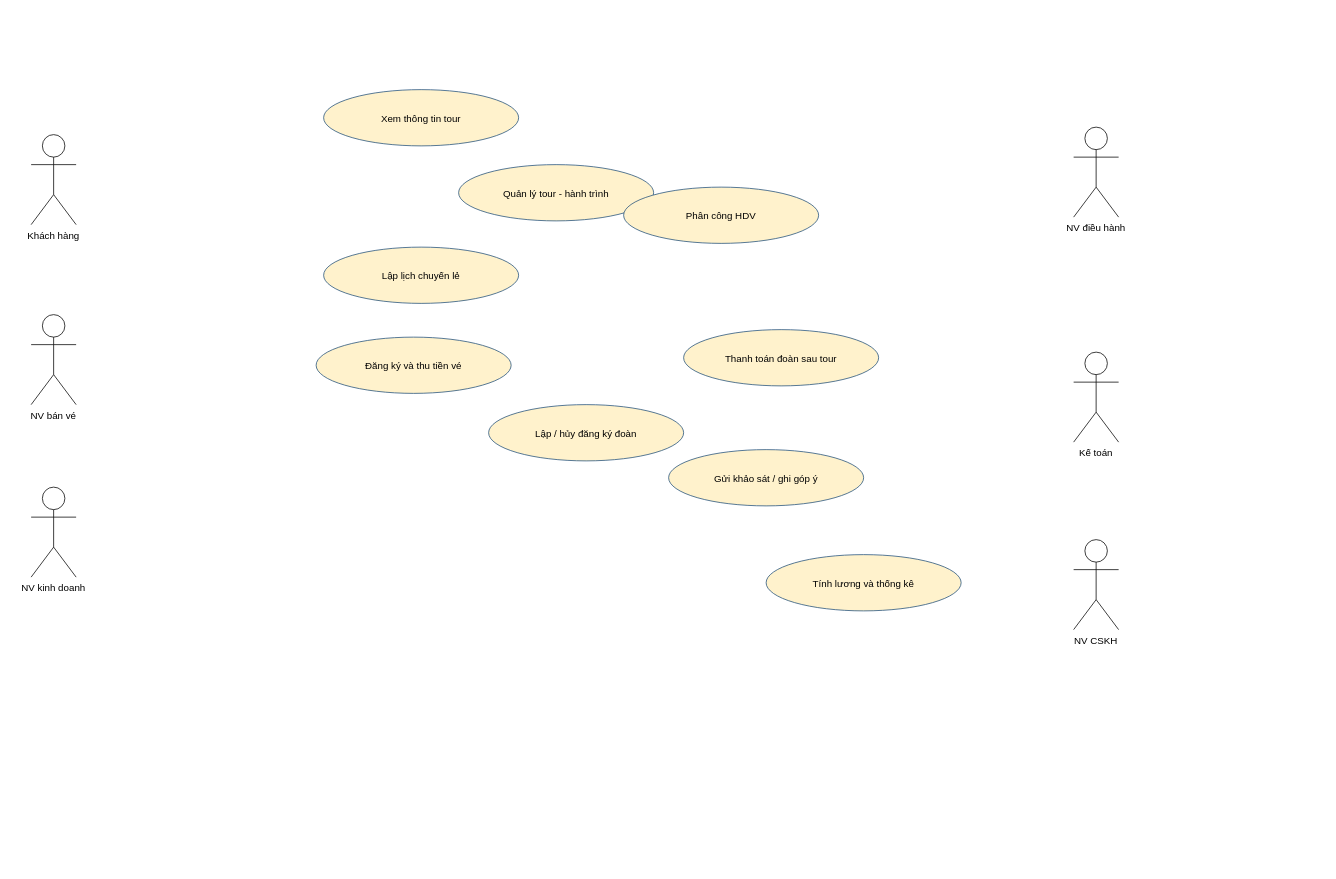
Above: page "U2 - Use Case General" (2 of 7) of LAB_AT_OOSD/LAB05/thietke/PhamMinhGiang-12DHCNPM1-ThietKe_Lab05.drawio in 1250080044-PhamMinhGiang-12DHCNPM1/OOP-Lab (draw.io), before the change. Source tidied: cells renumbered, new cells numbered last; positions are measured from the earlier drawing's top-left corner, leaving out a move shared by most shapes. Both pictures are drawn from the tidied source at 75%, with x=0, y=0 at pixel (31, 89).
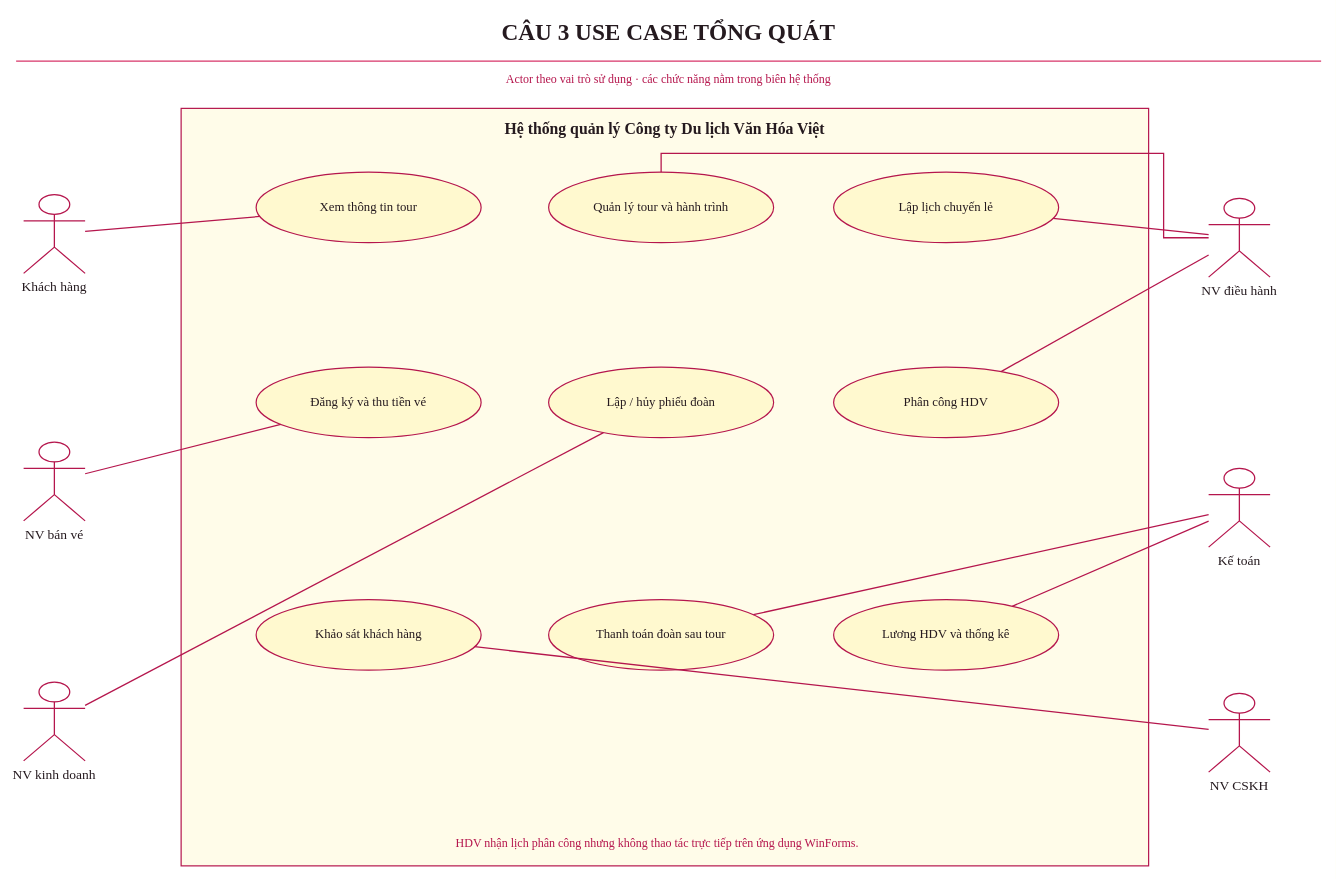
Above is the later version.

Change to the diagram source:
```diff
@@
+    <mxCell id="17" value="CÂU 3  USE CASE TỔNG QUÁT" style="text;html=1;whiteSpace=wrap;strokeColor=none;fillColor=none;fontFamily=Times New Roman;fontSize=31;fontColor=#251A1F;fontStyle=1;align=center;verticalAlign=middle;" parent="1" vertex="1">
+      <mxGeometry x="-20" y="-102" width="1740" height="49" as="geometry" />
+    </mxCell>
+    <mxCell id="18" style="edgeStyle=none;html=1;strokeColor=#D73568;strokeWidth=1.6;endArrow=none;endFill=1;fontFamily=Times New Roman;fontSize=15;fontColor=#251A1F;labelBackgroundColor=#FFFFFF;" parent="1" edge="1">
+      <mxGeometry relative="1" as="geometry">
+        <mxPoint x="-20" y="-38" as="sourcePoint" />
+        <mxPoint x="1720" y="-38" as="targetPoint" />
+      </mxGeometry>
+    </mxCell>
+    <mxCell id="19" value="Actor theo vai trò sử dụng · các chức năng nằm trong biên hệ thống" style="text;html=1;whiteSpace=wrap;strokeColor=none;fillColor=none;fontFamily=Times New Roman;fontSize=16;fontColor=#B5164D;fontStyle=0;align=center;verticalAlign=middle;" parent="1" vertex="1">
+      <mxGeometry x="-20" y="-32" width="1740" height="35" as="geometry" />
+    </mxCell>
+    <mxCell id="20" style="rounded=0;arcSize=12;whiteSpace=wrap;html=1;fillColor=#FFFCE9;strokeColor=#B5164D;strokeWidth=1.6;fontFamily=Times New Roman;fontSize=18;fontColor=#251A1F;fontStyle=0;align=center;verticalAlign=middle;spacing=10;" parent="1" vertex="1">
+      <mxGeometry x="200" y="25" width="1290" height="1010" as="geometry" />
+    </mxCell>
+    <mxCell id="21" value="Hệ thống quản lý Công ty Du lịch Văn Hóa Việt" style="text;html=1;whiteSpace=wrap;strokeColor=none;fillColor=none;fontFamily=Times New Roman;fontSize=21;fontColor=#251A1F;fontStyle=1;align=center;verticalAlign=middle;" parent="1" vertex="1">
+      <mxGeometry x="360" y="31" width="970" height="42" as="geometry" />
+    </mxCell>
-    <mxCell id="2" value="Khách hàng" style="shape=umlActor;verticalLabelPosition=bottom;verticalAlign=top;fontSize=13;" parent="1" vertex="1">
-      <mxGeometry y="60" width="60" height="120" as="geometry" />
+    <mxCell id="2" value="Khách hàng" style="shape=umlActor;verticalLabelPosition=bottom;verticalAlign=top;fillColor=none;strokeColor=#B5164D;strokeWidth=1.7;fontFamily=Times New Roman;fontSize=18;fontColor=#251A1F;" parent="1" vertex="1">
+      <mxGeometry x="-10" y="140" width="82" height="105" as="geometry" />
     </mxCell>
-    <mxCell id="3" value="NV bán vé" style="shape=umlActor;verticalLabelPosition=bottom;verticalAlign=top;fontSize=13;" parent="1" vertex="1">
-      <mxGeometry y="300" width="60" height="120" as="geometry" />
+    <mxCell id="3" value="NV bán vé" style="shape=umlActor;verticalLabelPosition=bottom;verticalAlign=top;fillColor=none;strokeColor=#B5164D;strokeWidth=1.7;fontFamily=Times New Roman;fontSize=18;fontColor=#251A1F;" parent="1" vertex="1">
+      <mxGeometry x="-10" y="470" width="82" height="105" as="geometry" />
     </mxCell>
-    <mxCell id="4" value="NV kinh doanh" style="shape=umlActor;verticalLabelPosition=bottom;verticalAlign=top;fontSize=13;" parent="1" vertex="1">
-      <mxGeometry y="530" width="60" height="120" as="geometry" />
+    <mxCell id="4" value="NV kinh doanh" style="shape=umlActor;verticalLabelPosition=bottom;verticalAlign=top;fillColor=none;strokeColor=#B5164D;strokeWidth=1.7;fontFamily=Times New Roman;fontSize=18;fontColor=#251A1F;" parent="1" vertex="1">
+      <mxGeometry x="-10" y="790" width="82" height="105" as="geometry" />
     </mxCell>
-    <mxCell id="5" value="NV điều hành" style="shape=umlActor;verticalLabelPosition=bottom;verticalAlign=top;fontSize=13;" parent="1" vertex="1">
-      <mxGeometry x="1390" y="50" width="60" height="120" as="geometry" />
+    <mxCell id="5" value="NV điều hành" style="shape=umlActor;verticalLabelPosition=bottom;verticalAlign=top;fillColor=none;strokeColor=#B5164D;strokeWidth=1.7;fontFamily=Times New Roman;fontSize=18;fontColor=#251A1F;" parent="1" vertex="1">
+      <mxGeometry x="1570" y="145" width="82" height="105" as="geometry" />
     </mxCell>
-    <mxCell id="6" value="Kế toán" style="shape=umlActor;verticalLabelPosition=bottom;verticalAlign=top;fontSize=13;" parent="1" vertex="1">
-      <mxGeometry x="1390" y="350" width="60" height="120" as="geometry" />
+    <mxCell id="6" value="Kế toán" style="shape=umlActor;verticalLabelPosition=bottom;verticalAlign=top;fillColor=none;strokeColor=#B5164D;strokeWidth=1.7;fontFamily=Times New Roman;fontSize=18;fontColor=#251A1F;" parent="1" vertex="1">
+      <mxGeometry x="1570" y="505" width="82" height="105" as="geometry" />
     </mxCell>
-    <mxCell id="7" value="NV CSKH" style="shape=umlActor;verticalLabelPosition=bottom;verticalAlign=top;fontSize=13;" parent="1" vertex="1">
-      <mxGeometry x="1390" y="600" width="60" height="120" as="geometry" />
+    <mxCell id="7" value="NV CSKH" style="shape=umlActor;verticalLabelPosition=bottom;verticalAlign=top;fillColor=none;strokeColor=#B5164D;strokeWidth=1.7;fontFamily=Times New Roman;fontSize=18;fontColor=#251A1F;" parent="1" vertex="1">
+      <mxGeometry x="1570" y="805" width="82" height="105" as="geometry" />
     </mxCell>
-    <mxCell id="8" value="Xem thông tin tour" style="ellipse;whiteSpace=wrap;html=1;fillColor=#FFF2CC;strokeColor=#1F4E78;fontSize=13;" parent="1" vertex="1">
-      <mxGeometry x="390" width="260" height="75" as="geometry" />
+    <mxCell id="8" value="Xem thông tin tour" style="ellipse;whiteSpace=wrap;html=1;fillColor=#FFF9CF;strokeColor=#B5164D;strokeWidth=1.6;fontFamily=Times New Roman;fontSize=17;fontColor=#251A1F;align=center;verticalAlign=middle;spacing=7;" parent="1" vertex="1">
+      <mxGeometry x="300" y="110" width="300" height="94" as="geometry" />
     </mxCell>
-    <mxCell id="9" value="Quản lý tour - hành trình" style="ellipse;whiteSpace=wrap;html=1;fillColor=#FFF2CC;strokeColor=#1F4E78;fontSize=13;" parent="1" vertex="1">
-      <mxGeometry x="570" y="100" width="260" height="75" as="geometry" />
-    </mxCell>
+    <mxCell id="22" value="Quản lý tour và hành trình" style="ellipse;whiteSpace=wrap;html=1;fillColor=#FFF9CF;strokeColor=#B5164D;strokeWidth=1.6;fontFamily=Times New Roman;fontSize=17;fontColor=#251A1F;align=center;verticalAlign=middle;spacing=7;" parent="1" vertex="1">
+      <mxGeometry x="690" y="110" width="300" height="94" as="geometry" />
+    </mxCell>
-    <mxCell id="10" value="Lập lịch chuyến lẻ" style="ellipse;whiteSpace=wrap;html=1;fillColor=#FFF2CC;strokeColor=#1F4E78;fontSize=13;" parent="1" vertex="1">
-      <mxGeometry x="390" y="210" width="260" height="75" as="geometry" />
+    <mxCell id="10" value="Lập lịch chuyến lẻ" style="ellipse;whiteSpace=wrap;html=1;fillColor=#FFF9CF;strokeColor=#B5164D;strokeWidth=1.6;fontFamily=Times New Roman;fontSize=17;fontColor=#251A1F;align=center;verticalAlign=middle;spacing=7;" parent="1" vertex="1">
+      <mxGeometry x="1070" y="110" width="300" height="94" as="geometry" />
     </mxCell>
-    <mxCell id="11" value="Đăng ký và thu tiền vé" style="ellipse;whiteSpace=wrap;html=1;fillColor=#FFF2CC;strokeColor=#1F4E78;fontSize=13;" parent="1" vertex="1">
-      <mxGeometry x="380" y="330" width="260" height="75" as="geometry" />
+    <mxCell id="11" value="Đăng ký và thu tiền vé" style="ellipse;whiteSpace=wrap;html=1;fillColor=#FFF9CF;strokeColor=#B5164D;strokeWidth=1.6;fontFamily=Times New Roman;fontSize=17;fontColor=#251A1F;align=center;verticalAlign=middle;spacing=7;" parent="1" vertex="1">
+      <mxGeometry x="300" y="370" width="300" height="94" as="geometry" />
     </mxCell>
-    <mxCell id="12" value="Lập / hủy đăng ký đoàn" style="ellipse;whiteSpace=wrap;html=1;fillColor=#FFF2CC;strokeColor=#1F4E78;fontSize=13;" parent="1" vertex="1">
-      <mxGeometry x="610" y="420" width="260" height="75" as="geometry" />
-    </mxCell>
+    <mxCell id="23" value="Lập / hủy phiếu đoàn" style="ellipse;whiteSpace=wrap;html=1;fillColor=#FFF9CF;strokeColor=#B5164D;strokeWidth=1.6;fontFamily=Times New Roman;fontSize=17;fontColor=#251A1F;align=center;verticalAlign=middle;spacing=7;" parent="1" vertex="1">
+      <mxGeometry x="690" y="370" width="300" height="94" as="geometry" />
+    </mxCell>
-    <mxCell id="13" value="Phân công HDV" style="ellipse;whiteSpace=wrap;html=1;fillColor=#FFF2CC;strokeColor=#1F4E78;fontSize=13;" parent="1" vertex="1">
-      <mxGeometry x="790" y="130" width="260" height="75" as="geometry" />
+    <mxCell id="13" value="Phân công HDV" style="ellipse;whiteSpace=wrap;html=1;fillColor=#FFF9CF;strokeColor=#B5164D;strokeWidth=1.6;fontFamily=Times New Roman;fontSize=17;fontColor=#251A1F;align=center;verticalAlign=middle;spacing=7;" parent="1" vertex="1">
+      <mxGeometry x="1070" y="370" width="300" height="94" as="geometry" />
     </mxCell>
+    <mxCell id="24" value="Khảo sát khách hàng" style="ellipse;whiteSpace=wrap;html=1;fillColor=#FFF9CF;strokeColor=#B5164D;strokeWidth=1.6;fontFamily=Times New Roman;fontSize=17;fontColor=#251A1F;align=center;verticalAlign=middle;spacing=7;" parent="1" vertex="1">
+      <mxGeometry x="300" y="680" width="300" height="94" as="geometry" />
+    </mxCell>
-    <mxCell id="14" value="Thanh toán đoàn sau tour" style="ellipse;whiteSpace=wrap;html=1;fillColor=#FFF2CC;strokeColor=#1F4E78;fontSize=13;" parent="1" vertex="1">
-      <mxGeometry x="870" y="320" width="260" height="75" as="geometry" />
+    <mxCell id="14" value="Thanh toán đoàn sau tour" style="ellipse;whiteSpace=wrap;html=1;fillColor=#FFF9CF;strokeColor=#B5164D;strokeWidth=1.6;fontFamily=Times New Roman;fontSize=17;fontColor=#251A1F;align=center;verticalAlign=middle;spacing=7;" parent="1" vertex="1">
+      <mxGeometry x="690" y="680" width="300" height="94" as="geometry" />
     </mxCell>
-    <mxCell id="15" value="Gửi khảo sát / ghi góp ý" style="ellipse;whiteSpace=wrap;html=1;fillColor=#FFF2CC;strokeColor=#1F4E78;fontSize=13;" parent="1" vertex="1">
-      <mxGeometry x="850" y="480" width="260" height="75" as="geometry" />
-    </mxCell>
-    <mxCell id="16" value="Tính lương và thống kê" style="ellipse;whiteSpace=wrap;html=1;fillColor=#FFF2CC;strokeColor=#1F4E78;fontSize=13;" parent="1" vertex="1">
-      <mxGeometry x="980" y="620" width="260" height="75" as="geometry" />
-    </mxCell>
+    <mxCell id="25" value="Lương HDV và thống kê" style="ellipse;whiteSpace=wrap;html=1;fillColor=#FFF9CF;strokeColor=#B5164D;strokeWidth=1.6;fontFamily=Times New Roman;fontSize=17;fontColor=#251A1F;align=center;verticalAlign=middle;spacing=7;" parent="1" vertex="1">
+      <mxGeometry x="1070" y="680" width="300" height="94" as="geometry" />
+    </mxCell>
+    <mxCell id="26" style="edgeStyle=orthogonalEdgeStyle;rounded=0;jettySize=auto;html=1;strokeColor=#B5164D;strokeWidth=1.7;endArrow=none;endFill=0;fontFamily=Times New Roman;fontSize=15;fontColor=#251A1F;labelBackgroundColor=#FFFFFF;edgeStyle=none;" parent="1" edge="1" source="2" target="8">
+      <mxGeometry relative="1" as="geometry" />
+    </mxCell>
+    <mxCell id="27" style="edgeStyle=orthogonalEdgeStyle;rounded=0;jettySize=auto;html=1;strokeColor=#B5164D;strokeWidth=1.7;endArrow=none;endFill=0;fontFamily=Times New Roman;fontSize=15;fontColor=#251A1F;labelBackgroundColor=#FFFFFF;edgeStyle=none;" parent="1" edge="1" source="3" target="11">
+      <mxGeometry relative="1" as="geometry" />
+    </mxCell>
+    <mxCell id="28" style="edgeStyle=orthogonalEdgeStyle;rounded=0;jettySize=auto;html=1;strokeColor=#B5164D;strokeWidth=1.7;endArrow=none;endFill=0;fontFamily=Times New Roman;fontSize=15;fontColor=#251A1F;labelBackgroundColor=#FFFFFF;edgeStyle=none;" parent="1" edge="1" source="4" target="23">
+      <mxGeometry relative="1" as="geometry" />
+    </mxCell>
+    <mxCell id="29" style="edgeStyle=orthogonalEdgeStyle;rounded=0;jettySize=auto;html=1;strokeColor=#B5164D;strokeWidth=1.7;endArrow=none;endFill=0;fontFamily=Times New Roman;fontSize=15;fontColor=#251A1F;labelBackgroundColor=#FFFFFF;" parent="1" edge="1" source="5" target="22">
+      <mxGeometry relative="1" as="geometry">
+        <Array as="points">
+          <mxPoint x="1510" y="85" />
+          <mxPoint x="840" y="85" />
+        </Array>
+      </mxGeometry>
+    </mxCell>
+    <mxCell id="30" style="edgeStyle=orthogonalEdgeStyle;rounded=0;jettySize=auto;html=1;strokeColor=#B5164D;strokeWidth=1.7;endArrow=none;endFill=0;fontFamily=Times New Roman;fontSize=15;fontColor=#251A1F;labelBackgroundColor=#FFFFFF;edgeStyle=none;" parent="1" edge="1" source="5" target="10">
+      <mxGeometry relative="1" as="geometry" />
+    </mxCell>
+    <mxCell id="31" style="edgeStyle=orthogonalEdgeStyle;rounded=0;jettySize=auto;html=1;strokeColor=#B5164D;strokeWidth=1.7;endArrow=none;endFill=0;fontFamily=Times New Roman;fontSize=15;fontColor=#251A1F;labelBackgroundColor=#FFFFFF;edgeStyle=none;" parent="1" edge="1" source="5" target="13">
+      <mxGeometry relative="1" as="geometry" />
+    </mxCell>
+    <mxCell id="32" style="edgeStyle=orthogonalEdgeStyle;rounded=0;jettySize=auto;html=1;strokeColor=#B5164D;strokeWidth=1.7;endArrow=none;endFill=0;fontFamily=Times New Roman;fontSize=15;fontColor=#251A1F;labelBackgroundColor=#FFFFFF;edgeStyle=none;" parent="1" edge="1" source="6" target="14">
+      <mxGeometry relative="1" as="geometry" />
+    </mxCell>
+    <mxCell id="33" style="edgeStyle=orthogonalEdgeStyle;rounded=0;jettySize=auto;html=1;strokeColor=#B5164D;strokeWidth=1.7;endArrow=none;endFill=0;fontFamily=Times New Roman;fontSize=15;fontColor=#251A1F;labelBackgroundColor=#FFFFFF;edgeStyle=none;" parent="1" edge="1" source="6" target="25">
+      <mxGeometry relative="1" as="geometry" />
+    </mxCell>
+    <mxCell id="34" style="edgeStyle=orthogonalEdgeStyle;rounded=0;jettySize=auto;html=1;strokeColor=#B5164D;strokeWidth=1.7;endArrow=none;endFill=0;fontFamily=Times New Roman;fontSize=15;fontColor=#251A1F;labelBackgroundColor=#FFFFFF;edgeStyle=none;" parent="1" edge="1" source="7" target="24">
+      <mxGeometry relative="1" as="geometry" />
+    </mxCell>
+    <mxCell id="35" value="HDV nhận lịch phân công nhưng không thao tác trực tiếp trên ứng dụng WinForms." style="text;html=1;whiteSpace=wrap;strokeColor=none;fillColor=none;fontFamily=Times New Roman;fontSize=16;fontColor=#B5164D;fontStyle=0;align=center;verticalAlign=middle;" parent="1" vertex="1">
+      <mxGeometry x="270" y="990" width="1130" height="28" as="geometry" />
+    </mxCell>
```
